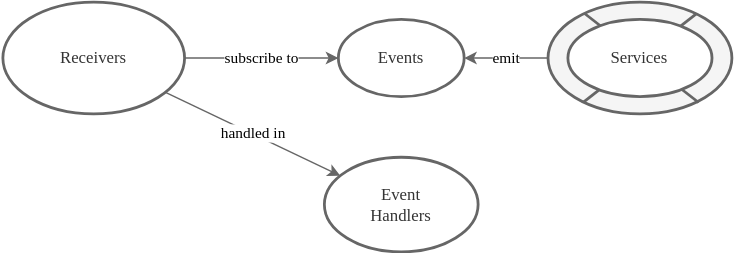
This is guides/messaging/assets/async.drawio.svg from cap-js/docs, a draw.io export, as it was before one commit. Source tidied: cells renumbered, new cells last; positions are measured from the earlier drawing's top-left corner, leaving out a move shared by most shapes.
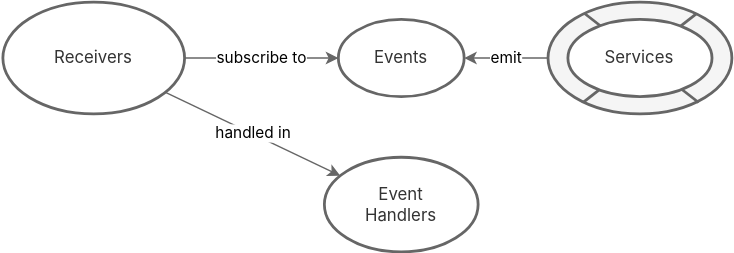
The same diagram one commit later.

The edit, as a diff of the source:
```diff
@@ -2,37 +2,37 @@
   <root>
     <mxCell id="0" />
     <mxCell id="1" parent="0" />
-    <mxCell id="2" style="group;fontFamily=Avenir Next Medium;" parent="1" vertex="1">
+    <mxCell id="2" style="group;fontFamily='Avenir Next', 'Inter var', 'Inter', Helvetica, Arial, sans-serif;" parent="1" vertex="1">
       <mxGeometry x="390" width="131.6" height="80" as="geometry" />
     </mxCell>
-    <mxCell id="3" style="ellipse;whiteSpace=wrap;html=1;strokeWidth=2;fillColor=#f5f5f5;strokeColor=#666666;fontColor=#333333;gradientDirection=south;fontFamily=Avenir Next Medium;" parent="2" vertex="1">
+    <mxCell id="3" style="ellipse;whiteSpace=wrap;html=1;strokeWidth=2;fillColor=#f5f5f5;strokeColor=#666666;fontColor=#333333;gradientDirection=south;fontFamily='Avenir Next', 'Inter var', 'Inter', Helvetica, Arial, sans-serif;" parent="2" vertex="1">
       <mxGeometry width="131.6" height="80" as="geometry" />
     </mxCell>
-    <mxCell id="4" style="rounded=0;orthogonalLoop=1;jettySize=auto;html=1;endArrow=none;endFill=0;strokeWidth=2;entryX=0.806;entryY=0.106;entryDx=0;entryDy=0;exitX=0.193;exitY=0.895;exitDx=0;exitDy=0;fillColor=#f5f5f5;strokeColor=#666666;entryPerimeter=0;exitPerimeter=0;fontFamily=Avenir Next Medium;" parent="2" edge="1" source="3" target="3">
+    <mxCell id="4" style="rounded=0;orthogonalLoop=1;jettySize=auto;html=1;endArrow=none;endFill=0;strokeWidth=2;entryX=0.806;entryY=0.106;entryDx=0;entryDy=0;exitX=0.193;exitY=0.895;exitDx=0;exitDy=0;fillColor=#f5f5f5;strokeColor=#666666;entryPerimeter=0;exitPerimeter=0;fontFamily='Avenir Next', 'Inter var', 'Inter', Helvetica, Arial, sans-serif;" parent="2" edge="1" source="3" target="3">
       <mxGeometry y="0.6" as="geometry" />
     </mxCell>
-    <mxCell id="5" style="rounded=0;orthogonalLoop=1;jettySize=auto;html=1;endArrow=none;endFill=0;strokeWidth=2;entryX=0.819;entryY=0.898;entryDx=0;entryDy=0;exitX=0.199;exitY=0.102;exitDx=0;exitDy=0;fillColor=#f5f5f5;strokeColor=#666666;exitPerimeter=0;entryPerimeter=0;fontFamily=Avenir Next Medium;" parent="2" edge="1" source="3" target="3">
+    <mxCell id="5" style="rounded=0;orthogonalLoop=1;jettySize=auto;html=1;endArrow=none;endFill=0;strokeWidth=2;entryX=0.819;entryY=0.898;entryDx=0;entryDy=0;exitX=0.199;exitY=0.102;exitDx=0;exitDy=0;fillColor=#f5f5f5;strokeColor=#666666;exitPerimeter=0;entryPerimeter=0;fontFamily='Avenir Next', 'Inter var', 'Inter', Helvetica, Arial, sans-serif;" parent="2" edge="1" source="3" target="3">
       <mxGeometry x="-69.9" y="-758.5" as="geometry" />
     </mxCell>
-    <mxCell id="6" value="Services" style="ellipse;whiteSpace=wrap;html=1;strokeWidth=2;fontFamily=Avenir Next Medium;fillColor=#FFFFFF;strokeColor=#666666;fontColor=#333333;" parent="2" vertex="1">
+    <mxCell id="6" value="Services" style="ellipse;whiteSpace=wrap;html=1;strokeWidth=2;fontFamily='Avenir Next', 'Inter var', 'Inter', Helvetica, Arial, sans-serif;fillColor=#FFFFFF;strokeColor=#666666;fontColor=#333333;" parent="2" vertex="1">
       <mxGeometry x="14.2" y="12.4" width="103.1" height="55.2" as="geometry" />
     </mxCell>
-    <mxCell id="7" value="&amp;nbsp;subscribe to&amp;nbsp;" style="rounded=0;jettySize=auto;html=1;fillColor=#f5f5f5;strokeColor=#666666;endArrow=classic;endFill=1;strokeWidth=1;startSize=6;fontFamily=Avenir Next Medium;" parent="1" edge="1" source="8" target="9">
+    <mxCell id="7" value="&amp;nbsp;subscribe to&amp;nbsp;" style="rounded=0;jettySize=auto;html=1;fillColor=#f5f5f5;strokeColor=#666666;endArrow=classic;endFill=1;strokeWidth=1;startSize=6;fontFamily='Avenir Next', 'Inter var', 'Inter', Helvetica, Arial, sans-serif;" parent="1" edge="1" source="8" target="9">
       <mxGeometry relative="1" as="geometry" />
     </mxCell>
-    <mxCell id="8" value="Receivers" style="ellipse;whiteSpace=wrap;html=1;strokeWidth=2;fontFamily=Avenir Next Medium;fillColor=#FFFFFF;strokeColor=#666666;fontColor=#333333;" parent="1" vertex="1">
+    <mxCell id="8" value="Receivers" style="ellipse;whiteSpace=wrap;html=1;strokeWidth=2;fontFamily='Avenir Next', 'Inter var', 'Inter', Helvetica, Arial, sans-serif;fillColor=#FFFFFF;strokeColor=#666666;fontColor=#333333;" parent="1" vertex="1">
       <mxGeometry width="130" height="80" as="geometry" />
     </mxCell>
-    <mxCell id="9" value="Events" style="ellipse;whiteSpace=wrap;html=1;strokeWidth=2;fontFamily=Avenir Next Medium;fillColor=#FFFFFF;strokeColor=#666666;fontColor=#333333;" parent="1" vertex="1">
+    <mxCell id="9" value="Events" style="ellipse;whiteSpace=wrap;html=1;strokeWidth=2;fontFamily='Avenir Next', 'Inter var', 'Inter', Helvetica, Arial, sans-serif;fillColor=#FFFFFF;strokeColor=#666666;fontColor=#333333;" parent="1" vertex="1">
       <mxGeometry x="240" y="12.3" width="90" height="55.4" as="geometry" />
     </mxCell>
-    <mxCell id="10" value="&amp;nbsp; emit&amp;nbsp;" style="rounded=0;jettySize=auto;html=1;fillColor=#f5f5f5;strokeColor=#666666;endArrow=classic;endFill=1;strokeWidth=1;startSize=6;fontFamily=Avenir Next Medium;spacingLeft=0;" parent="1" edge="1" source="3" target="9">
+    <mxCell id="10" value="&amp;nbsp; emit&amp;nbsp;" style="rounded=0;jettySize=auto;html=1;fillColor=#f5f5f5;strokeColor=#666666;endArrow=classic;endFill=1;strokeWidth=1;startSize=6;fontFamily='Avenir Next', 'Inter var', 'Inter', Helvetica, Arial, sans-serif;spacingLeft=0;" parent="1" edge="1" source="3" target="9">
       <mxGeometry relative="1" as="geometry" />
     </mxCell>
-    <mxCell id="11" value="Event &lt;br&gt;Handlers" style="ellipse;whiteSpace=wrap;html=1;strokeWidth=2;fontFamily=Avenir Next Medium;fillColor=#FFFFFF;strokeColor=#666666;fontColor=#333333;" parent="1" vertex="1">
+    <mxCell id="11" value="Event &lt;br&gt;Handlers" style="ellipse;whiteSpace=wrap;html=1;strokeWidth=2;fontFamily='Avenir Next', 'Inter var', 'Inter', Helvetica, Arial, sans-serif;fillColor=#FFFFFF;strokeColor=#666666;fontColor=#333333;" parent="1" vertex="1">
       <mxGeometry x="230" y="111" width="110" height="67.7" as="geometry" />
     </mxCell>
-    <mxCell id="12" value="handled in" style="rounded=0;jettySize=auto;html=1;fillColor=#f5f5f5;strokeColor=#666666;endArrow=classic;endFill=1;strokeWidth=1;startSize=6;fontFamily=Avenir Next Medium;spacingLeft=0;" parent="1" edge="1" source="8" target="11">
+    <mxCell id="12" value="handled in" style="rounded=0;jettySize=auto;html=1;fillColor=#f5f5f5;strokeColor=#666666;endArrow=classic;endFill=1;strokeWidth=1;startSize=6;fontFamily='Avenir Next', 'Inter var', 'Inter', Helvetica, Arial, sans-serif;spacingLeft=0;" parent="1" edge="1" source="8" target="11">
       <mxGeometry relative="1" as="geometry" />
     </mxCell>
   </root>
```
